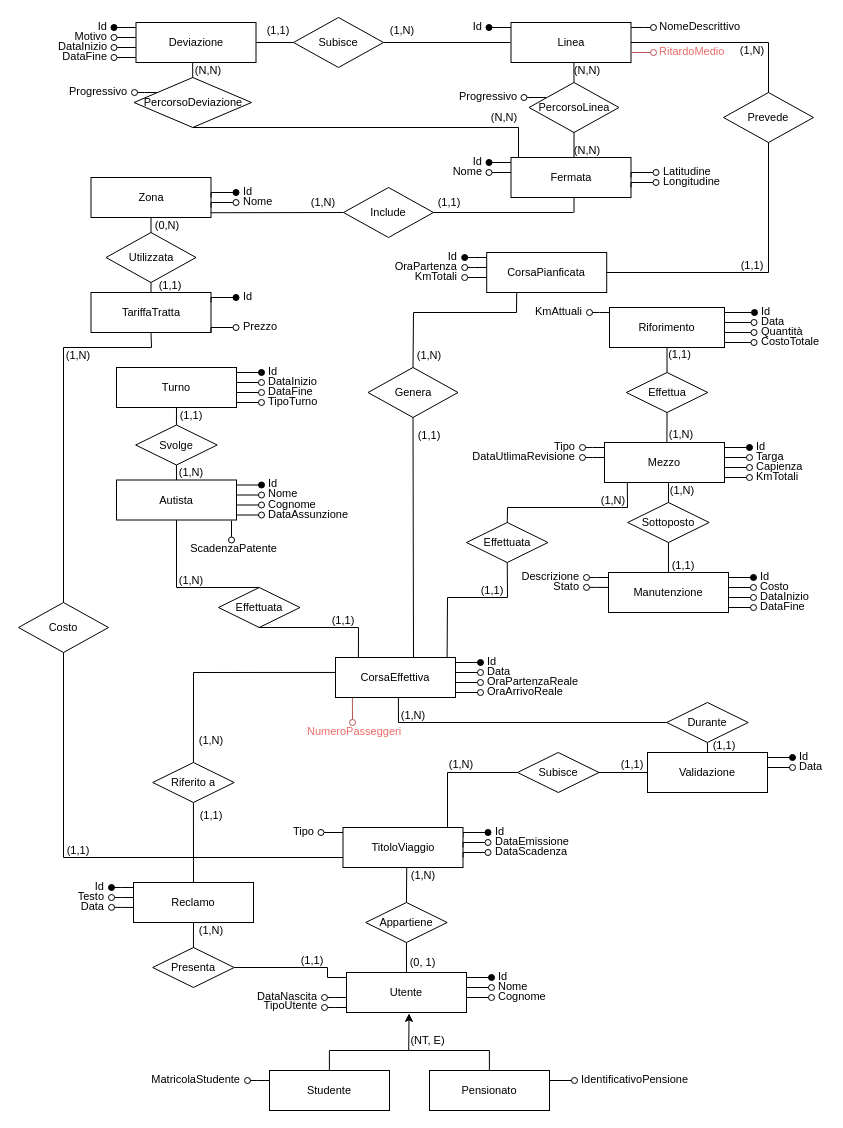
Before: 2102 basi-di-dati/progetto/Schemi.drawio in AndreaGirlando/Uni, a draw.io diagram. Source tidied: cells renumbered, new cells numbered last; positions are measured from the earlier drawing's top-left corner, leaving out a move shared by most shapes. Both pictures are drawn from the tidied source at 100%, with x=0, y=0 at pixel (17, 17).
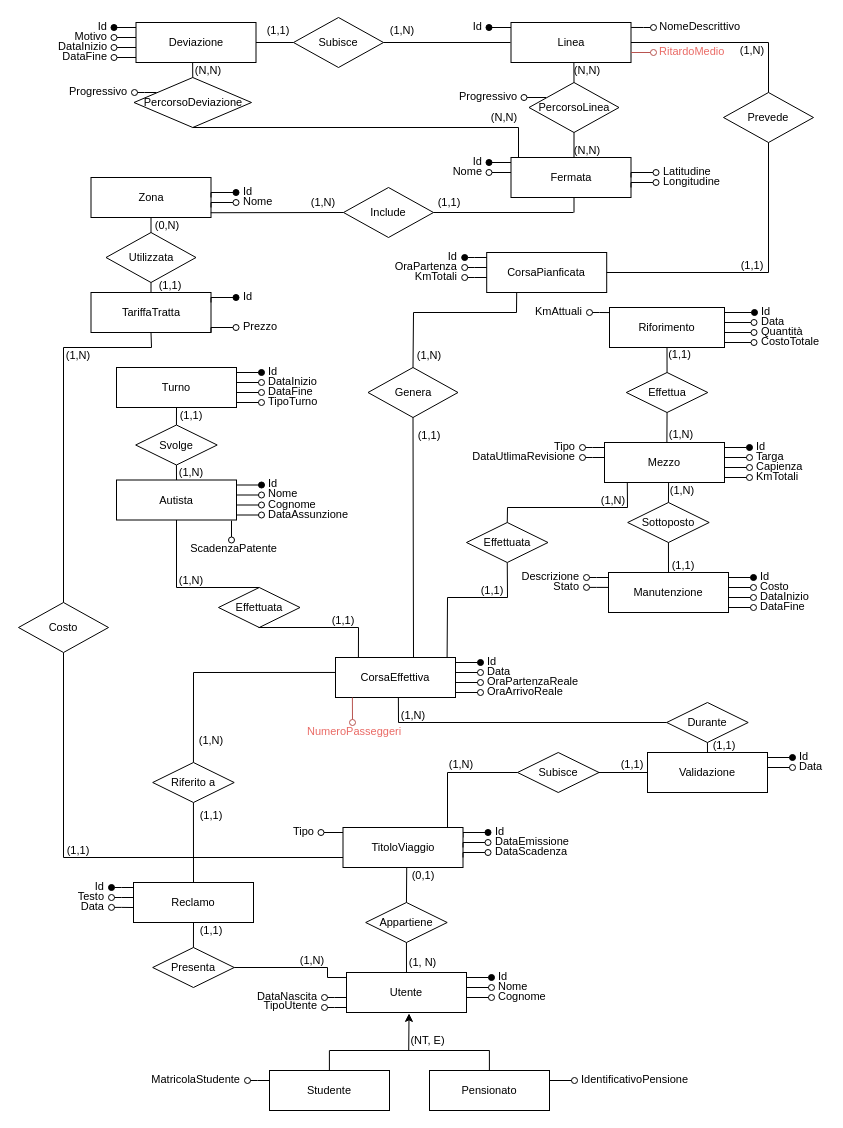
Above is the later version.

Unchanged cells that the change refers to:
```xml
<mxCell id="63" style="group;fontSize=11;" parent="1" vertex="1">
  <mxGeometry y="865" width="236" height="105" as="geometry" />
</mxCell>
<mxCell id="79" style="group;fontSize=11;" parent="1" vertex="1">
  <mxGeometry x="238.5" y="810" width="292" height="55" as="geometry" />
</mxCell>
<mxCell id="91" style="group;fontSize=11;" parent="1" vertex="1">
  <mxGeometry x="257" y="935" width="277" height="60" as="geometry" />
</mxCell>
```

What changed in the source:
```diff
@@
-    <mxCell id="74" value="(1,N)" style="text;html=1;align=center;verticalAlign=middle;whiteSpace=wrap;rounded=0;fontSize=11;" parent="63" vertex="1">
+    <mxCell id="74" value="(1,1)" style="text;html=1;align=center;verticalAlign=middle;whiteSpace=wrap;rounded=0;fontSize=11;" parent="63" vertex="1">
       <mxGeometry x="179" y="40" width="30" height="15" as="geometry" />
     </mxCell>
@@
-    <mxCell id="90" value="(1,N)" style="text;html=1;align=center;verticalAlign=middle;whiteSpace=wrap;rounded=0;fontSize=11;" parent="79" vertex="1">
+    <mxCell id="90" value="(0,1)" style="text;html=1;align=center;verticalAlign=middle;whiteSpace=wrap;rounded=0;fontSize=11;" parent="79" vertex="1">
       <mxGeometry x="152" y="40" width="30" height="15" as="geometry" />
     </mxCell>
@@
-    <mxCell id="103" value="(0, 1)" style="text;html=1;align=center;verticalAlign=middle;whiteSpace=wrap;rounded=0;fontSize=11;" parent="91" vertex="1">
+    <mxCell id="103" value="(1, N)" style="text;html=1;align=center;verticalAlign=middle;whiteSpace=wrap;rounded=0;fontSize=11;" parent="91" vertex="1">
       <mxGeometry x="130.2" width="36.5" height="20" as="geometry" />
     </mxCell>
@@
-    <mxCell id="105" value="(1,1)" style="text;html=1;align=center;verticalAlign=middle;whiteSpace=wrap;rounded=0;fontSize=11;" parent="91" vertex="1">
+    <mxCell id="105" value="(1,N)" style="text;html=1;align=center;verticalAlign=middle;whiteSpace=wrap;rounded=0;fontSize=11;" parent="91" vertex="1">
       <mxGeometry x="22.5" width="30" height="15" as="geometry" />
     </mxCell>
```
